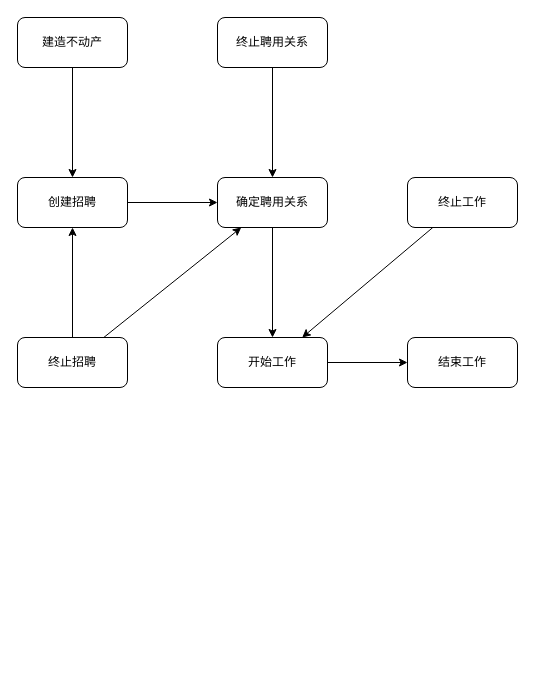
The draw.io diagram page "WorkFlow" (3 of 3) of Game.drawio in uiosun/diagrams, before the edit. Source tidied: cells renumbered, new cells numbered last; positions are measured from the earlier drawing's top-left corner, leaving out a move shared by most shapes. Both pictures are drawn from the tidied source at 100%, with x=0, y=0 at pixel (17, 17).
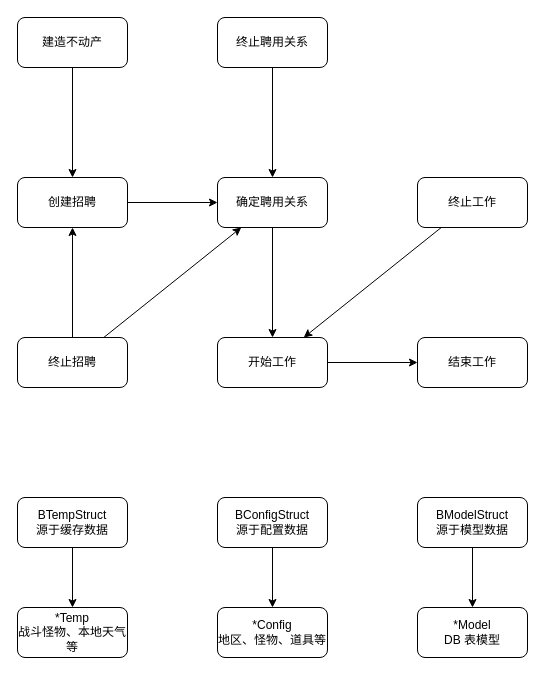
Above is the later version.

The edit, as a diff of the source:
```diff
@@
     <mxCell id="13" value="结束工作" style="rounded=1;whiteSpace=wrap;html=1;" parent="1" vertex="1">
-      <mxGeometry x="390" y="320" width="110" height="50" as="geometry" />
+      <mxGeometry x="400" y="320" width="110" height="50" as="geometry" />
     </mxCell>
@@
     <mxCell id="17" value="终止工作" style="rounded=1;whiteSpace=wrap;html=1;" parent="1" vertex="1">
-      <mxGeometry x="390" y="160" width="110" height="50" as="geometry" />
+      <mxGeometry x="400" y="160" width="110" height="50" as="geometry" />
     </mxCell>
+    <mxCell id="18" style="edgeStyle=orthogonalEdgeStyle;rounded=0;jettySize=auto;html=1;" parent="1" edge="1" source="19" target="24">
+      <mxGeometry relative="1" as="geometry" />
+    </mxCell>
+    <mxCell id="19" value="BTempStruct&lt;br&gt;源于缓存数据" style="rounded=1;whiteSpace=wrap;html=1;" parent="1" vertex="1">
+      <mxGeometry y="480" width="110" height="50" as="geometry" />
+    </mxCell>
+    <mxCell id="20" style="edgeStyle=orthogonalEdgeStyle;rounded=0;jettySize=auto;html=1;" parent="1" edge="1" source="21" target="25">
+      <mxGeometry relative="1" as="geometry" />
+    </mxCell>
+    <mxCell id="21" value="BConfigStruct&lt;br&gt;源于配置数据" style="rounded=1;whiteSpace=wrap;html=1;" parent="1" vertex="1">
+      <mxGeometry x="200" y="480" width="110" height="50" as="geometry" />
+    </mxCell>
+    <mxCell id="22" style="edgeStyle=orthogonalEdgeStyle;rounded=0;jettySize=auto;html=1;" parent="1" edge="1" source="23" target="26">
+      <mxGeometry relative="1" as="geometry" />
+    </mxCell>
+    <mxCell id="23" value="BModelStruct&lt;br&gt;源于模型数据" style="rounded=1;whiteSpace=wrap;html=1;" parent="1" vertex="1">
+      <mxGeometry x="400" y="480" width="110" height="50" as="geometry" />
+    </mxCell>
+    <mxCell id="24" value="*Temp&lt;br&gt;战斗怪物、本地天气等" style="rounded=1;whiteSpace=wrap;html=1;" parent="1" vertex="1">
+      <mxGeometry y="590" width="110" height="50" as="geometry" />
+    </mxCell>
+    <mxCell id="25" value="*Config&lt;br&gt;地区、怪物、道具等" style="rounded=1;whiteSpace=wrap;html=1;" parent="1" vertex="1">
+      <mxGeometry x="200" y="590" width="110" height="50" as="geometry" />
+    </mxCell>
+    <mxCell id="26" value="*Model&lt;br&gt;DB 表模型" style="rounded=1;whiteSpace=wrap;html=1;" parent="1" vertex="1">
+      <mxGeometry x="400" y="590" width="110" height="50" as="geometry" />
+    </mxCell>
```
